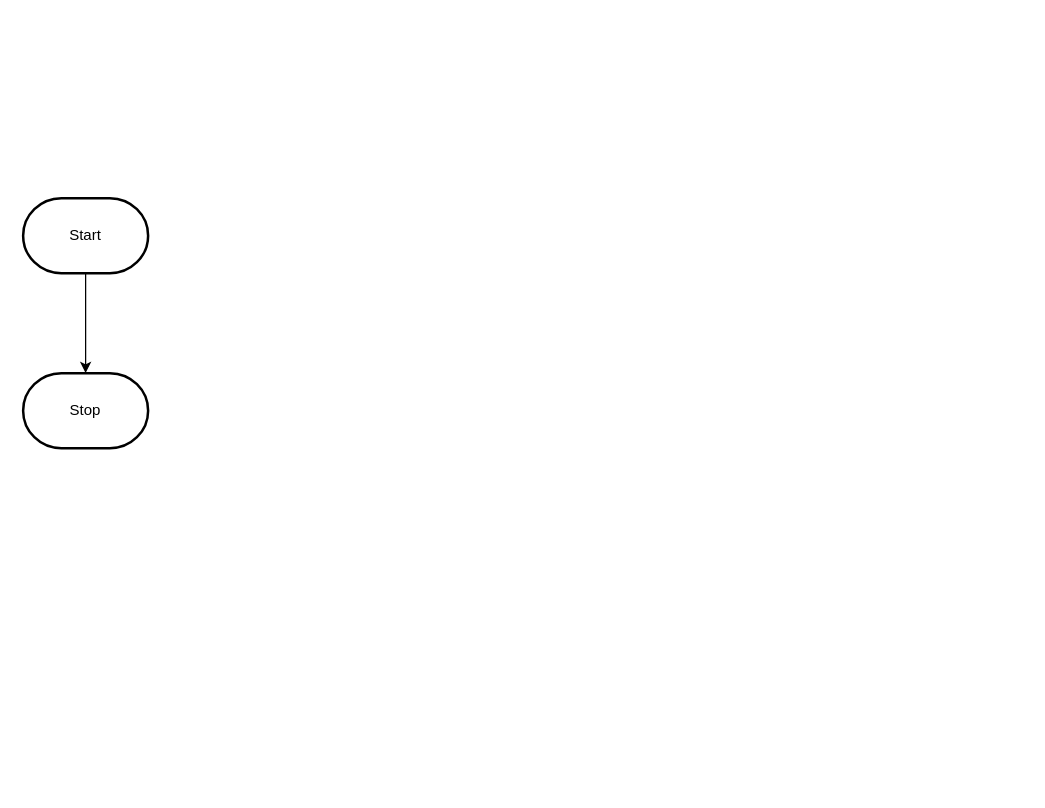
MTHS-ICS2O-2-2022/ICS2O-Unit-5-04-Mariam-Kasim keeps this draw.io diagram as design/flowchart.drawio. Above is the earlier version. Source tidied: cells renumbered, new cells numbered last; positions are measured from the earlier drawing's top-left corner, leaving out a move shared by most shapes. Both pictures are drawn from the tidied source at 125%, with x=0, y=0 at pixel (22, 198).
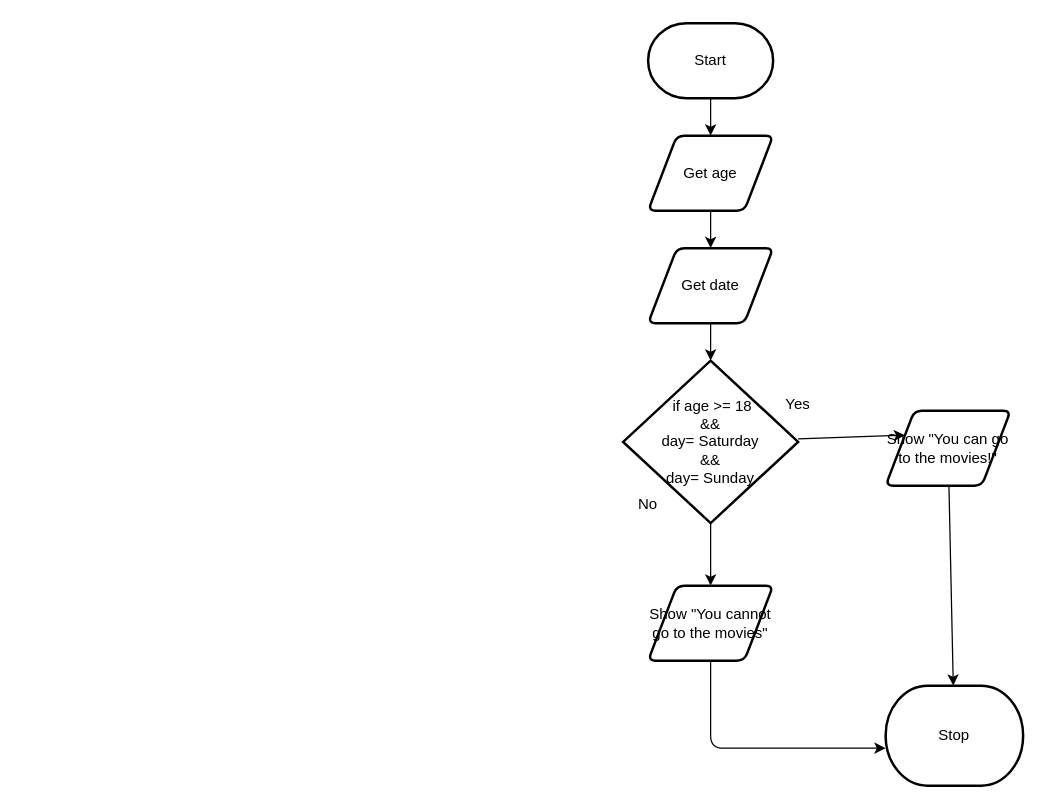
After the change.

The edit, as a diff of the source:
```diff
@@
-    <mxCell id="2" style="edgeStyle=orthogonalEdgeStyle;html=1;rounded=0;" parent="1" edge="1" source="3" target="4">
-      <mxGeometry relative="1" as="geometry" />
+    <mxCell id="2" style="edgeStyle=none;html=1;" parent="1" edge="1" source="3">
+      <mxGeometry relative="1" as="geometry">
+        <mxPoint x="550" y="-50" as="targetPoint" />
+      </mxGeometry>
     </mxCell>
     <mxCell id="3" value="Start" style="strokeWidth=2;html=1;shape=mxgraph.flowchart.terminator;whiteSpace=wrap;" parent="1" vertex="1">
-      <mxGeometry width="100" height="60" as="geometry" />
+      <mxGeometry x="500" y="-140" width="100" height="60" as="geometry" />
     </mxCell>
     <mxCell id="4" value="Stop" style="strokeWidth=2;html=1;shape=mxgraph.flowchart.terminator;whiteSpace=wrap;" parent="1" vertex="1">
-      <mxGeometry y="140" width="100" height="60" as="geometry" />
+      <mxGeometry x="690" y="390" width="110" height="80" as="geometry" />
     </mxCell>
+    <mxCell id="5" style="edgeStyle=none;html=1;" parent="1" edge="1" source="6">
+      <mxGeometry relative="1" as="geometry">
+        <mxPoint x="550" y="40" as="targetPoint" />
+      </mxGeometry>
+    </mxCell>
+    <mxCell id="6" value="Get age" style="shape=parallelogram;html=1;strokeWidth=2;perimeter=parallelogramPerimeter;whiteSpace=wrap;rounded=1;arcSize=12;size=0.23;" parent="1" vertex="1">
+      <mxGeometry x="500" y="-50" width="100" height="60" as="geometry" />
+    </mxCell>
+    <mxCell id="7" value="Yes" style="text;strokeColor=none;align=center;fillColor=none;html=1;verticalAlign=middle;whiteSpace=wrap;rounded=0;" parent="1" vertex="1">
+      <mxGeometry x="590" y="150" width="60" height="30" as="geometry" />
+    </mxCell>
+    <mxCell id="8" value="No" style="text;strokeColor=none;align=center;fillColor=none;html=1;verticalAlign=middle;whiteSpace=wrap;rounded=0;" parent="1" vertex="1">
+      <mxGeometry x="470" y="230" width="60" height="30" as="geometry" />
+    </mxCell>
+    <mxCell id="9" style="edgeStyle=none;html=1;entryX=0;entryY=0.25;entryDx=0;entryDy=0;" parent="1" edge="1" source="11" target="13">
+      <mxGeometry relative="1" as="geometry" />
+    </mxCell>
+    <mxCell id="10" style="edgeStyle=none;html=1;entryX=0.5;entryY=0;entryDx=0;entryDy=0;" parent="1" edge="1" source="11" target="18">
+      <mxGeometry relative="1" as="geometry" />
+    </mxCell>
+    <mxCell id="11" value="&amp;nbsp;if age &amp;gt;= 18&lt;br&gt;&amp;amp;&amp;amp;&lt;br&gt;day= Saturday&lt;br&gt;&amp;amp;&amp;amp;&lt;br&gt;day= Sunday" style="strokeWidth=2;html=1;shape=mxgraph.flowchart.decision;whiteSpace=wrap;" parent="1" vertex="1">
+      <mxGeometry x="480" y="130" width="140" height="130" as="geometry" />
+    </mxCell>
+    <mxCell id="12" style="edgeStyle=none;html=1;" parent="1" edge="1" source="13" target="4">
+      <mxGeometry relative="1" as="geometry" />
+    </mxCell>
+    <mxCell id="13" value="Show &quot;You can go to the movies!&quot;" style="shape=parallelogram;html=1;strokeWidth=2;perimeter=parallelogramPerimeter;whiteSpace=wrap;rounded=1;arcSize=12;size=0.23;" parent="1" vertex="1">
+      <mxGeometry x="690" y="170" width="100" height="60" as="geometry" />
+    </mxCell>
+    <mxCell id="14" style="edgeStyle=none;html=1;" parent="1" edge="1" source="15" target="11">
+      <mxGeometry relative="1" as="geometry" />
+    </mxCell>
+    <mxCell id="15" value="Get date" style="shape=parallelogram;html=1;strokeWidth=2;perimeter=parallelogramPerimeter;whiteSpace=wrap;rounded=1;arcSize=12;size=0.23;" parent="1" vertex="1">
+      <mxGeometry x="500" y="40" width="100" height="60" as="geometry" />
+    </mxCell>
+    <mxCell id="16" style="edgeStyle=none;html=1;entryX=-0.021;entryY=0.689;entryDx=0;entryDy=0;entryPerimeter=0;strokeColor=none;" parent="1" edge="1" source="18" target="4">
+      <mxGeometry relative="1" as="geometry">
+        <Array as="points">
+          <mxPoint x="550" y="445" />
+        </Array>
+      </mxGeometry>
+    </mxCell>
+    <mxCell id="17" style="edgeStyle=none;html=1;" parent="1" edge="1" source="18">
+      <mxGeometry relative="1" as="geometry">
+        <mxPoint x="690" y="440" as="targetPoint" />
+        <Array as="points">
+          <mxPoint x="550" y="440" />
+        </Array>
+      </mxGeometry>
+    </mxCell>
+    <mxCell id="18" value="Show &quot;You cannot go to the movies&quot;" style="shape=parallelogram;html=1;strokeWidth=2;perimeter=parallelogramPerimeter;whiteSpace=wrap;rounded=1;arcSize=12;size=0.23;" parent="1" vertex="1">
+      <mxGeometry x="500" y="310" width="100" height="60" as="geometry" />
+    </mxCell>
```
